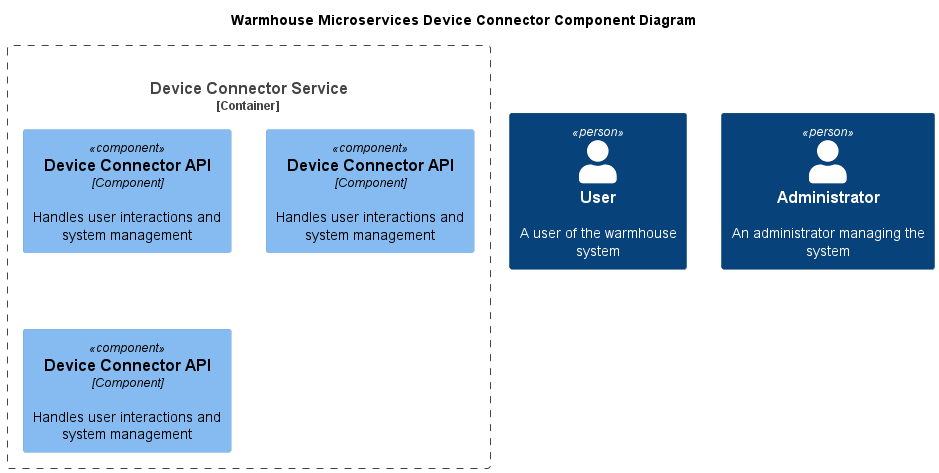
This is schemas/png/MicroservicesComponent/Microservices.png from El-76/architect-warmhouse, a PlantUML export, as it was before one commit. Its diagram source:
```plantuml
@startuml Microservices

title Warmhouse Microservices Device Connector Component Diagram

!include <C4/C4_Component>

Person(User, "User", "A user of the warmhouse system")
Person(Admin, "Administrator", "An administrator managing the system")

Container_Boundary(DeviceConnectorService, "Device Connector Service", "Service", "Handles user interactions and system management") {
    Component(API, "Device Connector API", "Component", "Handles user interactions and system management")
    Component(StateHolder, "Device Connector API", "Component", "Handles user interactions and system management")
    Component(Connector, "Device Connector API", "Component", "Handles user interactions and system management")
}





@enduml
```
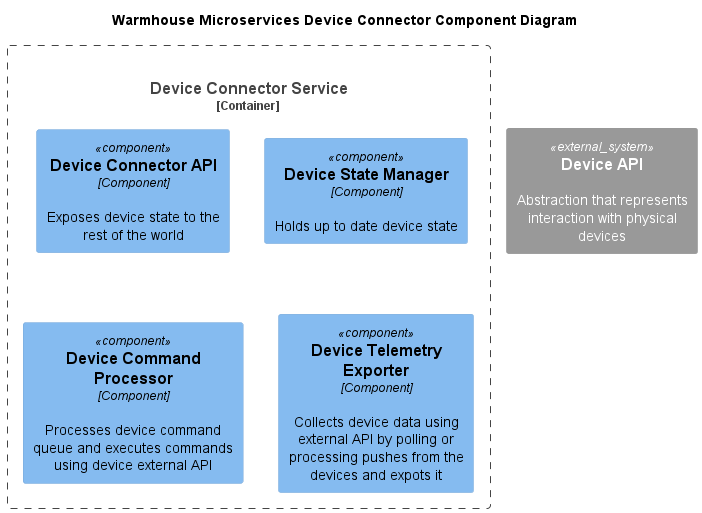
After the commit.

Change to the diagram source:
```diff
@@ -4,17 +4,13 @@
 
 !include <C4/C4_Component>
 
-Person(User, "User", "A user of the warmhouse system")
-Person(Admin, "Administrator", "An administrator managing the system")
-
 Container_Boundary(DeviceConnectorService, "Device Connector Service", "Service", "Handles user interactions and system management") {
-    Component(API, "Device Connector API", "Component", "Handles user interactions and system management")
-    Component(StateHolder, "Device Connector API", "Component", "Handles user interactions and system management")
-    Component(Connector, "Device Connector API", "Component", "Handles user interactions and system management")
+    Component(API, "Device Connector API", "Component", "Exposes device state to the rest of the world")
+    Component(StateManager, "Device State Manager", "Component", "Holds up to date device state")
+    Component(CommandProcessor, "Device Command Processor", "Component", "Processes device command queue and executes commands using device external API")
+    Component(TelemetryExporter, "Device Telemetry Exporter", "Component", "Collects device data using external API by polling or processing pushes from the devices and expots it")
 }
 
-
-
-
+System_Ext(DeviceAPI, "Device API", "Abstraction that represents interaction with physical devices")
 
 @enduml
```
